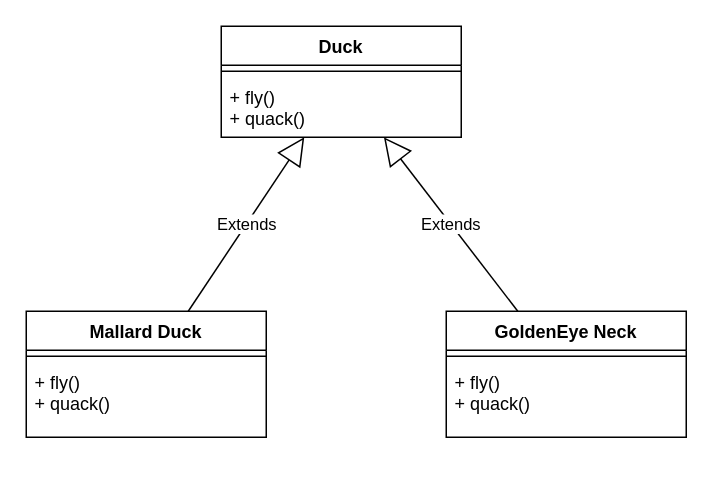
Above: bird.drawio in argonaultes-epsi-auxerre/architecture-applicative-i1-2025 (draw.io), before the change. Source tidied: cells renumbered, new cells numbered last; positions are measured from the earlier drawing's top-left corner, leaving out a move shared by most shapes. Both pictures are drawn from the tidied source at 150%, with x=0, y=0 at pixel (26, 26).
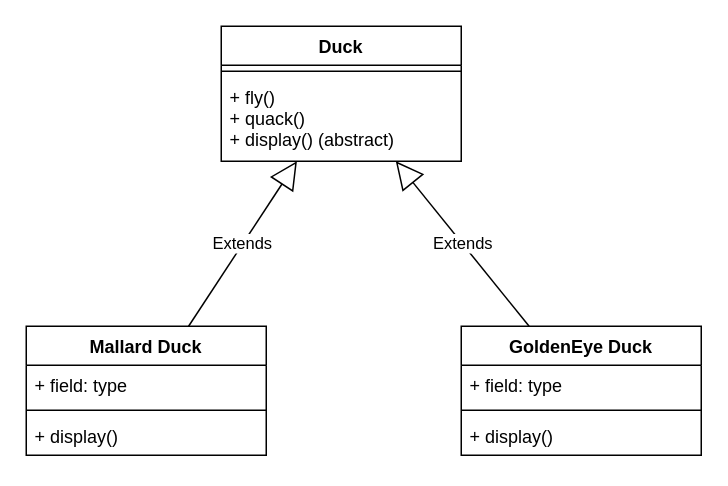
Above is the later version.

Commit message:
duck simulator display

Diff of the diagram source:
```diff
@@
 <mxGraphModel>
   <root>
     <mxCell id="0" />
     <mxCell id="1" parent="0" />
     <mxCell id="2" value="Duck" style="swimlane;fontStyle=1;align=center;verticalAlign=top;horizontal=1;startSize=26;" parent="1" vertex="1">
-      <mxGeometry x="130" width="160" height="74" as="geometry" />
+      <mxGeometry x="130" width="160" height="90" as="geometry" />
     </mxCell>
     <mxCell id="3" style="line;strokeWidth=1;fillColor=none;align=left;verticalAlign=middle;spacingTop=-1;spacingLeft=3;spacingRight=3;labelPosition=right;strokeColor=inherit;" parent="2" vertex="1">
       <mxGeometry y="26" width="160" height="8" as="geometry" />
     </mxCell>
-    <mxCell id="4" value="+ fly()&#10;+ quack()" style="text;strokeColor=none;fillColor=none;align=left;verticalAlign=top;spacingLeft=4;spacingRight=4;overflow=hidden;" parent="2" vertex="1">
-      <mxGeometry y="34" width="160" height="40" as="geometry" />
+    <mxCell id="4" value="+ fly()&#10;+ quack()&#10;+ display() (abstract)" style="text;strokeColor=none;fillColor=none;align=left;verticalAlign=top;spacingLeft=4;spacingRight=4;overflow=hidden;" parent="2" vertex="1">
+      <mxGeometry y="34" width="160" height="56" as="geometry" />
     </mxCell>
-    <mxCell id="5" value="Mallard Duck" style="swimlane;fontStyle=1;align=center;verticalAlign=top;horizontal=1;startSize=26;" parent="1" vertex="1">
-      <mxGeometry y="190" width="160" height="84" as="geometry" />
-    </mxCell>
-    <mxCell id="6" style="line;strokeWidth=1;fillColor=none;align=left;verticalAlign=middle;spacingTop=-1;spacingLeft=3;spacingRight=3;labelPosition=right;strokeColor=inherit;" parent="5" vertex="1">
-      <mxGeometry y="26" width="160" height="8" as="geometry" />
-    </mxCell>
-    <mxCell id="7" value="+ fly()&#10;+ quack()" style="text;strokeColor=none;fillColor=none;align=left;verticalAlign=top;spacingLeft=4;spacingRight=4;overflow=hidden;" parent="5" vertex="1">
-      <mxGeometry y="34" width="160" height="50" as="geometry" />
-    </mxCell>
-    <mxCell id="8" value="GoldenEye Neck" style="swimlane;fontStyle=1;align=center;verticalAlign=top;horizontal=1;startSize=26;" parent="1" vertex="1">
-      <mxGeometry x="280" y="190" width="160" height="84" as="geometry" />
-    </mxCell>
-    <mxCell id="9" style="line;strokeWidth=1;fillColor=none;align=left;verticalAlign=middle;spacingTop=-1;spacingLeft=3;spacingRight=3;labelPosition=right;strokeColor=inherit;" parent="8" vertex="1">
-      <mxGeometry y="26" width="160" height="8" as="geometry" />
-    </mxCell>
-    <mxCell id="10" value="+ fly()&#10;+ quack()" style="text;strokeColor=none;fillColor=none;align=left;verticalAlign=top;spacingLeft=4;spacingRight=4;overflow=hidden;" parent="8" vertex="1">
-      <mxGeometry y="34" width="160" height="50" as="geometry" />
-    </mxCell>
     <mxCell id="11" value="Extends" style="endArrow=block;endSize=16;endFill=0;html=1;" parent="1" edge="1" source="5" target="2">
       <mxGeometry relative="1" as="geometry" />
     </mxCell>
-    <mxCell id="12" value="Extends" style="endArrow=block;endSize=16;endFill=0;html=1;" parent="1" edge="1" source="8" target="2">
+    <mxCell id="12" value="Extends" style="endArrow=block;endSize=16;endFill=0;html=1;" parent="1" edge="1" source="16" target="2">
       <mxGeometry relative="1" as="geometry" />
     </mxCell>
+    <mxCell id="5" value="Mallard Duck" style="swimlane;fontStyle=1;align=center;verticalAlign=top;horizontal=1;startSize=26;" parent="1" vertex="1">
+      <mxGeometry y="200" width="160" height="86" as="geometry" />
+    </mxCell>
+    <mxCell id="13" value="+ field: type" style="text;strokeColor=none;fillColor=none;align=left;verticalAlign=top;spacingLeft=4;spacingRight=4;overflow=hidden;" parent="5" vertex="1">
+      <mxGeometry y="26" width="160" height="26" as="geometry" />
+    </mxCell>
+    <mxCell id="14" style="line;strokeWidth=1;fillColor=none;align=left;verticalAlign=middle;spacingTop=-1;spacingLeft=3;spacingRight=3;labelPosition=right;strokeColor=inherit;" parent="5" vertex="1">
+      <mxGeometry y="52" width="160" height="8" as="geometry" />
+    </mxCell>
+    <mxCell id="15" value="+ display()" style="text;strokeColor=none;fillColor=none;align=left;verticalAlign=top;spacingLeft=4;spacingRight=4;overflow=hidden;" parent="5" vertex="1">
+      <mxGeometry y="60" width="160" height="26" as="geometry" />
+    </mxCell>
+    <mxCell id="16" value="GoldenEye Duck" style="swimlane;fontStyle=1;align=center;verticalAlign=top;horizontal=1;startSize=26;" parent="1" vertex="1">
+      <mxGeometry x="290" y="200" width="160" height="86" as="geometry" />
+    </mxCell>
+    <mxCell id="17" value="+ field: type" style="text;strokeColor=none;fillColor=none;align=left;verticalAlign=top;spacingLeft=4;spacingRight=4;overflow=hidden;" parent="16" vertex="1">
+      <mxGeometry y="26" width="160" height="26" as="geometry" />
+    </mxCell>
+    <mxCell id="18" style="line;strokeWidth=1;fillColor=none;align=left;verticalAlign=middle;spacingTop=-1;spacingLeft=3;spacingRight=3;labelPosition=right;strokeColor=inherit;" parent="16" vertex="1">
+      <mxGeometry y="52" width="160" height="8" as="geometry" />
+    </mxCell>
+    <mxCell id="19" value="+ display()" style="text;strokeColor=none;fillColor=none;align=left;verticalAlign=top;spacingLeft=4;spacingRight=4;overflow=hidden;" parent="16" vertex="1">
+      <mxGeometry y="60" width="160" height="26" as="geometry" />
+    </mxCell>
   </root>
 </mxGraphModel>
```
